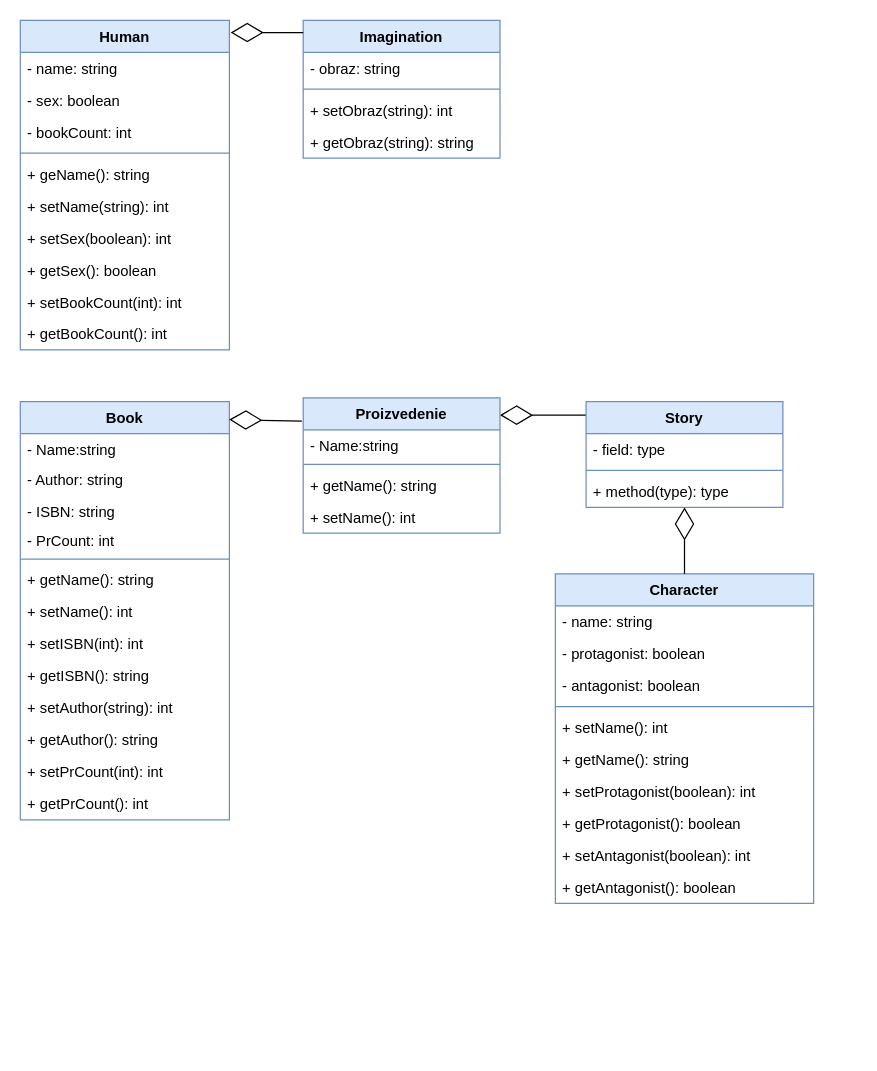
This is Reader #2/Reader.drawio from mxngell/Class, a draw.io file, before an edit. Source tidied: cells renumbered, new cells numbered last; positions are measured from the earlier drawing's top-left corner, leaving out a move shared by most shapes. Both pictures are drawn from the tidied source at 123%, with x=0, y=0 at pixel (20, 20).
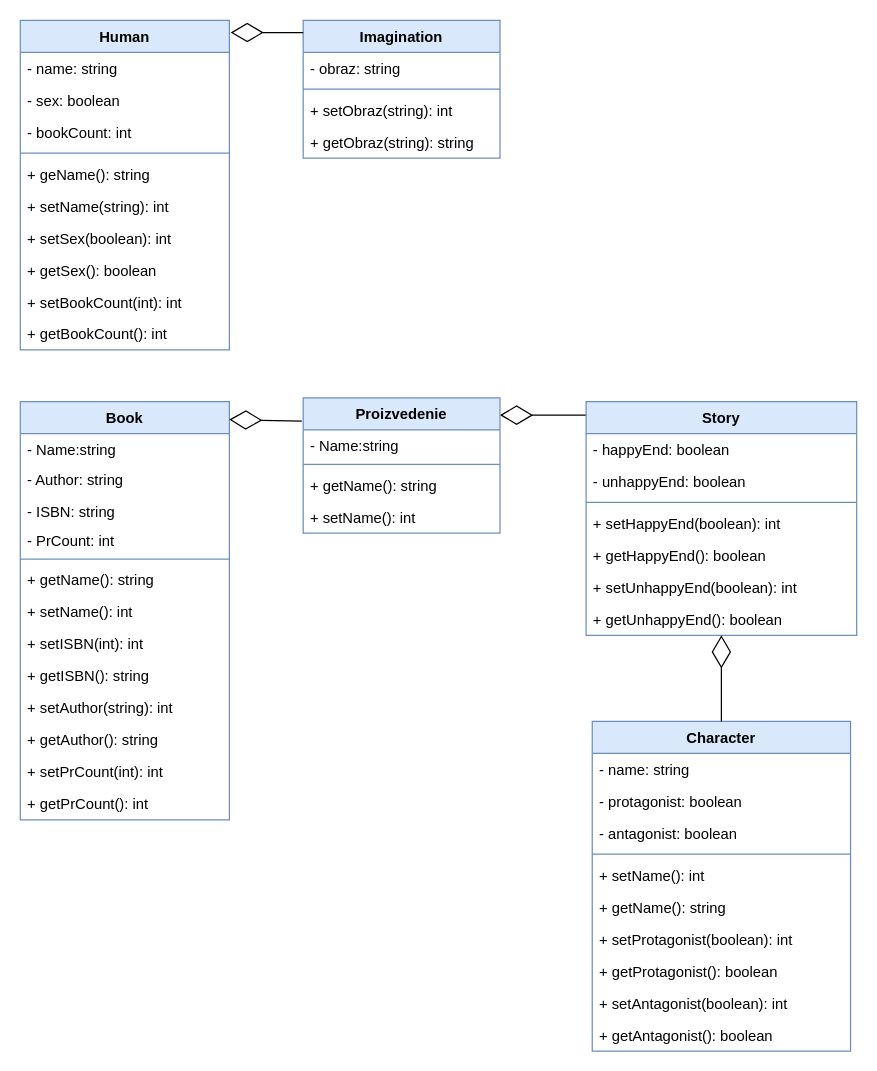
Above is the later version.

Diff of the diagram source:
```diff
@@
     <mxCell id="29" value="Story" style="swimlane;fontStyle=1;align=center;verticalAlign=top;horizontal=1;startSize=26;fillColor=#dae8fc;strokeColor=#6c8ebf;" parent="1" vertex="1">
-      <mxGeometry x="460" y="310" width="160" height="86" as="geometry" />
+      <mxGeometry x="460" y="310" width="220" height="190" as="geometry" />
     </mxCell>
-    <mxCell id="30" value="- field: type" style="text;strokeColor=none;fillColor=none;align=left;verticalAlign=top;spacingLeft=4;spacingRight=4;overflow=hidden;" parent="29" vertex="1">
-      <mxGeometry y="26" width="160" height="26" as="geometry" />
-    </mxCell>
+    <mxCell id="56" value="- happyEnd: boolean" style="text;strokeColor=none;fillColor=none;align=left;verticalAlign=top;spacingLeft=4;spacingRight=4;overflow=hidden;" parent="29" vertex="1">
+      <mxGeometry y="26" width="220" height="26" as="geometry" />
+    </mxCell>
+    <mxCell id="57" value="- unhappyEnd: boolean" style="text;strokeColor=none;fillColor=none;align=left;verticalAlign=top;spacingLeft=4;spacingRight=4;overflow=hidden;" parent="29" vertex="1">
+      <mxGeometry y="52" width="220" height="26" as="geometry" />
+    </mxCell>
     <mxCell id="31" style="line;strokeWidth=1;fillColor=none;align=left;verticalAlign=middle;spacingTop=-1;spacingLeft=3;spacingRight=3;labelPosition=right;strokeColor=inherit;" parent="29" vertex="1">
-      <mxGeometry y="52" width="160" height="8" as="geometry" />
+      <mxGeometry y="78" width="220" height="8" as="geometry" />
     </mxCell>
-    <mxCell id="32" value="+ method(type): type" style="text;strokeColor=none;fillColor=none;align=left;verticalAlign=top;spacingLeft=4;spacingRight=4;overflow=hidden;" parent="29" vertex="1">
-      <mxGeometry y="60" width="160" height="26" as="geometry" />
-    </mxCell>
+    <mxCell id="58" value="+ setHappyEnd(boolean): int" style="text;strokeColor=none;fillColor=none;align=left;verticalAlign=top;spacingLeft=4;spacingRight=4;overflow=hidden;" parent="29" vertex="1">
+      <mxGeometry y="86" width="220" height="26" as="geometry" />
+    </mxCell>
+    <mxCell id="59" value="+ getHappyEnd(): boolean" style="text;strokeColor=none;fillColor=none;align=left;verticalAlign=top;spacingLeft=4;spacingRight=4;overflow=hidden;" parent="29" vertex="1">
+      <mxGeometry y="112" width="220" height="26" as="geometry" />
+    </mxCell>
+    <mxCell id="60" value="+ setUnhappyEnd(boolean): int" style="text;strokeColor=none;fillColor=none;align=left;verticalAlign=top;spacingLeft=4;spacingRight=4;overflow=hidden;" parent="29" vertex="1">
+      <mxGeometry y="138" width="220" height="26" as="geometry" />
+    </mxCell>
+    <mxCell id="61" value="+ getUnhappyEnd(): boolean" style="text;strokeColor=none;fillColor=none;align=left;verticalAlign=top;spacingLeft=4;spacingRight=4;overflow=hidden;" parent="29" vertex="1">
+      <mxGeometry y="164" width="220" height="26" as="geometry" />
+    </mxCell>
     <mxCell id="33" value="Character" style="swimlane;fontStyle=1;align=center;verticalAlign=top;horizontal=1;startSize=26;fillColor=#dae8fc;strokeColor=#6c8ebf;" parent="1" vertex="1">
-      <mxGeometry x="435" y="450" width="210" height="268" as="geometry" />
+      <mxGeometry x="465" y="570" width="210" height="268" as="geometry" />
     </mxCell>
```
